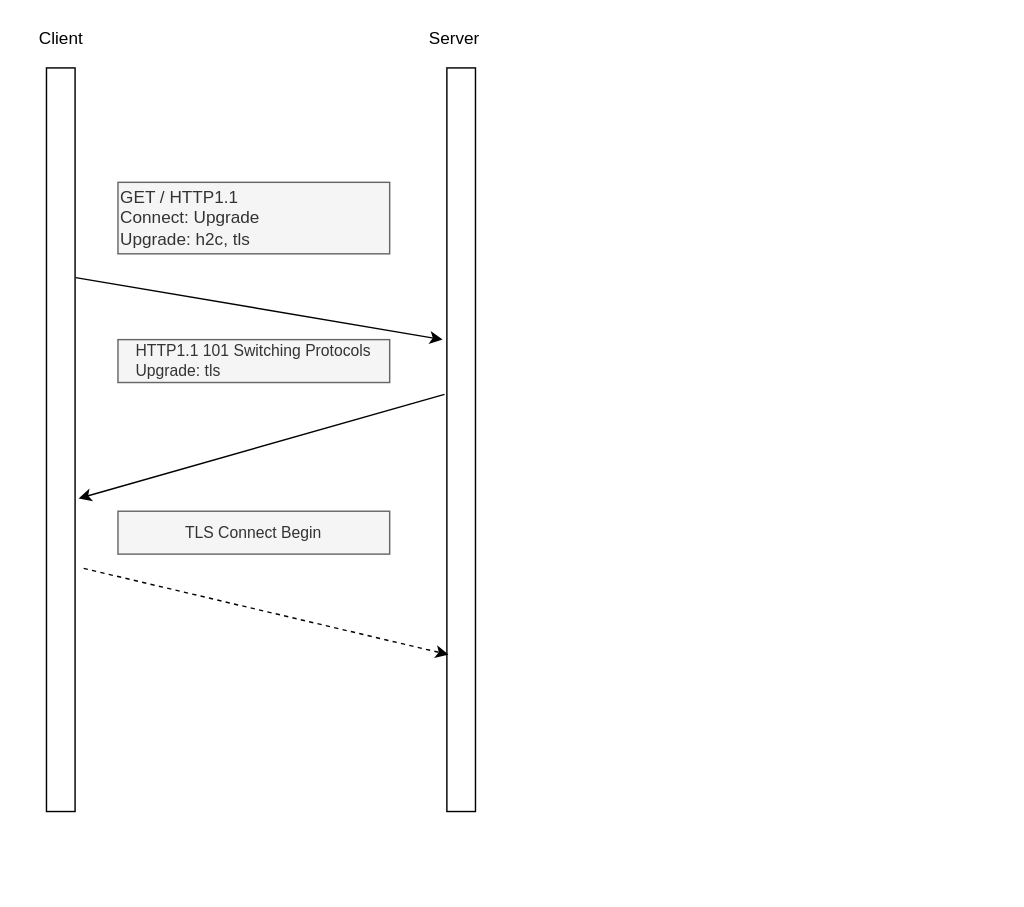
yueyangtian/draw keeps this draw.io diagram as apln.drawio. Above is the earlier version. Source tidied: cells renumbered, new cells numbered last; positions are measured from the earlier drawing's top-left corner, leaving out a move shared by most shapes. Both pictures are drawn from the tidied source at 143%, with x=0, y=0 at pixel (24, 24).
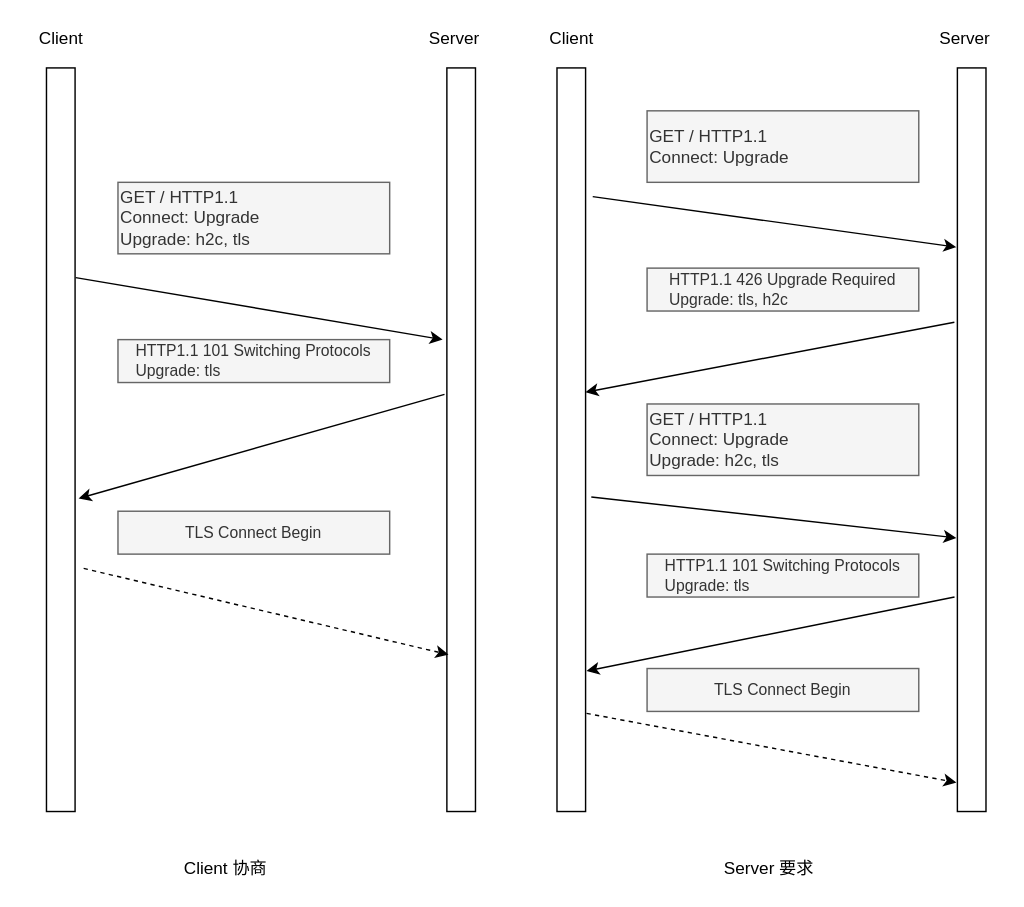
After the change.

Change to the diagram source:
```diff
@@
+    <mxCell id="12" style="rounded=0;whiteSpace=wrap;html=1;" parent="1" vertex="1">
+      <mxGeometry x="372" y="30" width="20" height="520" as="geometry" />
+    </mxCell>
+    <mxCell id="13" style="endArrow=classic;html=1;entryX=-0.036;entryY=0.632;entryDx=0;entryDy=0;entryPerimeter=0;" parent="1" edge="1" target="14">
+      <mxGeometry relative="1" as="geometry">
+        <mxPoint x="396" y="330" as="sourcePoint" />
+      </mxGeometry>
+    </mxCell>
+    <mxCell id="14" style="rounded=0;whiteSpace=wrap;html=1;" parent="1" vertex="1">
+      <mxGeometry x="652" y="30" width="20" height="520" as="geometry" />
+    </mxCell>
+    <mxCell id="15" value="&lt;div&gt;&lt;span&gt;GET / HTTP1.1&lt;/span&gt;&lt;/div&gt;&lt;div&gt;&lt;span&gt;Connect: Upgrade&lt;/span&gt;&lt;/div&gt;&lt;div&gt;&lt;span&gt;Upgrade: h2c, tls&lt;/span&gt;&lt;/div&gt;" style="text;html=1;align=left;verticalAlign=middle;whiteSpace=wrap;rounded=0;fillColor=#f5f5f5;strokeColor=#666666;fontColor=#333333;" parent="1" vertex="1">
+      <mxGeometry x="435" y="265" width="190" height="50" as="geometry" />
+    </mxCell>
+    <mxCell id="16" style="endArrow=classic;html=1;entryX=1.033;entryY=0.811;entryDx=0;entryDy=0;entryPerimeter=0;" parent="1" edge="1" target="12">
+      <mxGeometry relative="1" as="geometry">
+        <mxPoint x="650" y="400" as="sourcePoint" />
+      </mxGeometry>
+    </mxCell>
+    <mxCell id="17" value="&lt;div style=&quot;text-align: left ; font-size: 11px&quot;&gt;&lt;font style=&quot;font-size: 11px&quot;&gt;HTTP1.1 101 Switching Protocols&lt;/font&gt;&lt;/div&gt;&lt;div style=&quot;text-align: left ; font-size: 11px&quot;&gt;&lt;font style=&quot;font-size: 11px&quot;&gt;Upgrade: tls&lt;/font&gt;&lt;/div&gt;" style="text;html=1;align=center;verticalAlign=middle;whiteSpace=wrap;rounded=0;fillColor=#f5f5f5;strokeColor=#666666;fontColor=#333333;" parent="1" vertex="1">
+      <mxGeometry x="435" y="370" width="190" height="30" as="geometry" />
+    </mxCell>
+    <mxCell id="18" style="endArrow=classic;html=1;entryX=-0.036;entryY=0.961;entryDx=0;entryDy=0;entryPerimeter=0;dashed=1;exitX=1.033;exitY=0.868;exitDx=0;exitDy=0;exitPerimeter=0;" parent="1" edge="1" source="12" target="14">
+      <mxGeometry relative="1" as="geometry" />
+    </mxCell>
+    <mxCell id="19" value="Client" style="text;html=1;align=center;verticalAlign=middle;strokeColor=none;fillColor=none;" parent="1" vertex="1">
+      <mxGeometry x="357" width="50" height="20" as="geometry" />
+    </mxCell>
+    <mxCell id="20" value="Server" style="text;html=1;align=center;verticalAlign=middle;strokeColor=none;fillColor=none;" parent="1" vertex="1">
+      <mxGeometry x="632" width="50" height="20" as="geometry" />
+    </mxCell>
+    <mxCell id="21" value="&lt;div style=&quot;text-align: left ; font-size: 11px&quot;&gt;TLS Connect Begin&lt;/div&gt;" style="text;html=1;align=center;verticalAlign=middle;whiteSpace=wrap;rounded=0;fillColor=#f5f5f5;strokeColor=#666666;fontColor=#333333;" parent="1" vertex="1">
+      <mxGeometry x="435" y="450" width="190" height="30" as="geometry" />
+    </mxCell>
+    <mxCell id="22" style="endArrow=classic;html=1;entryX=-0.036;entryY=0.241;entryDx=0;entryDy=0;entryPerimeter=0;" parent="1" edge="1" target="14">
+      <mxGeometry relative="1" as="geometry">
+        <mxPoint x="397" y="120" as="sourcePoint" />
+      </mxGeometry>
+    </mxCell>
+    <mxCell id="23" value="&lt;div&gt;&lt;span&gt;GET / HTTP1.1&lt;/span&gt;&lt;/div&gt;&lt;div&gt;&lt;span&gt;Connect: Upgrade&lt;/span&gt;&lt;/div&gt;" style="text;html=1;align=left;verticalAlign=middle;whiteSpace=wrap;rounded=0;fillColor=#f5f5f5;strokeColor=#666666;fontColor=#333333;" parent="1" vertex="1">
+      <mxGeometry x="435" y="60" width="190" height="50" as="geometry" />
+    </mxCell>
+    <mxCell id="24" style="endArrow=classic;html=1;entryX=0.998;entryY=0.436;entryDx=0;entryDy=0;entryPerimeter=0;exitX=-0.105;exitY=0.342;exitDx=0;exitDy=0;exitPerimeter=0;" parent="1" edge="1" source="14" target="12">
+      <mxGeometry relative="1" as="geometry" />
+    </mxCell>
+    <mxCell id="25" value="&lt;div style=&quot;text-align: left ; font-size: 11px&quot;&gt;&lt;font style=&quot;font-size: 11px&quot;&gt;HTTP1.1 426 Upgrade Required&lt;/font&gt;&lt;/div&gt;&lt;div style=&quot;text-align: left ; font-size: 11px&quot;&gt;&lt;font style=&quot;font-size: 11px&quot;&gt;Upgrade: tls, h2c&lt;/font&gt;&lt;/div&gt;" style="text;html=1;align=center;verticalAlign=middle;whiteSpace=wrap;rounded=0;fillColor=#f5f5f5;strokeColor=#666666;fontColor=#333333;" parent="1" vertex="1">
+      <mxGeometry x="435" y="170" width="190" height="30" as="geometry" />
+    </mxCell>
+    <mxCell id="26" value="Client 协商" style="text;html=1;align=center;verticalAlign=middle;strokeColor=none;fillColor=none;" parent="1" vertex="1">
+      <mxGeometry x="105" y="580" width="70" height="20" as="geometry" />
+    </mxCell>
+    <mxCell id="27" value="Server 要求" style="text;html=1;align=center;verticalAlign=middle;strokeColor=none;fillColor=none;" parent="1" vertex="1">
+      <mxGeometry x="480" y="580" width="80" height="20" as="geometry" />
+    </mxCell>
```
